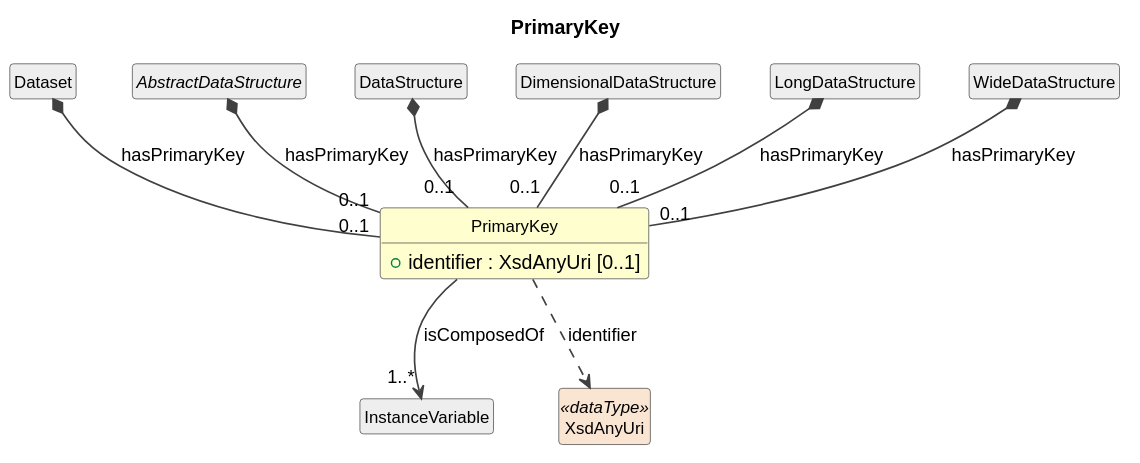
Cross-Domain-Interoperability-Framework/metadataBuildingBlocks keeps this PlantUML diagram as cdif-uml-model/_plantuml/dataDescriptionWithStructure/Classes/PrimaryKey.svg. Above is the earlier version.
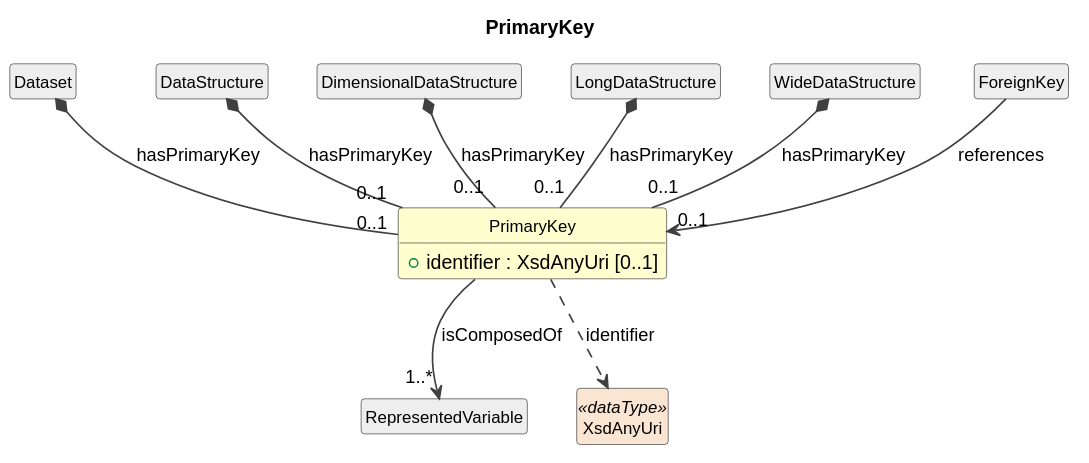
The same diagram one commit later.

What changed in the source:
```diff
@@ -15,10 +15,8 @@
 }
 class "Dataset" as Dataset #EEEEEE
 Dataset *-- "0..1" PrimaryKey : hasPrimaryKey
-class "InstanceVariable" as InstanceVariable #EEEEEE
-PrimaryKey --> "1..*" InstanceVariable : isComposedOf
-abstract class "AbstractDataStructure" as AbstractDataStructure #EEEEEE
-AbstractDataStructure *-- "0..1" PrimaryKey : hasPrimaryKey
+class "RepresentedVariable" as RepresentedVariable #EEEEEE
+PrimaryKey --> "1..*" RepresentedVariable : isComposedOf
 class "DataStructure" as DataStructure #EEEEEE
 DataStructure *-- "0..1" PrimaryKey : hasPrimaryKey
 class "DimensionalDataStructure" as DimensionalDataStructure #EEEEEE
@@ -27,6 +25,8 @@
 LongDataStructure *-- "0..1" PrimaryKey : hasPrimaryKey
 class "WideDataStructure" as WideDataStructure #EEEEEE
 WideDataStructure *-- "0..1" PrimaryKey : hasPrimaryKey
+class "ForeignKey" as ForeignKey #EEEEEE
+ForeignKey --> "0..1" PrimaryKey : references
 class "XsdAnyUri" as XsdAnyUri <<dataType>> #FAE5D3
 PrimaryKey ..> XsdAnyUri : identifier
 @enduml
```
